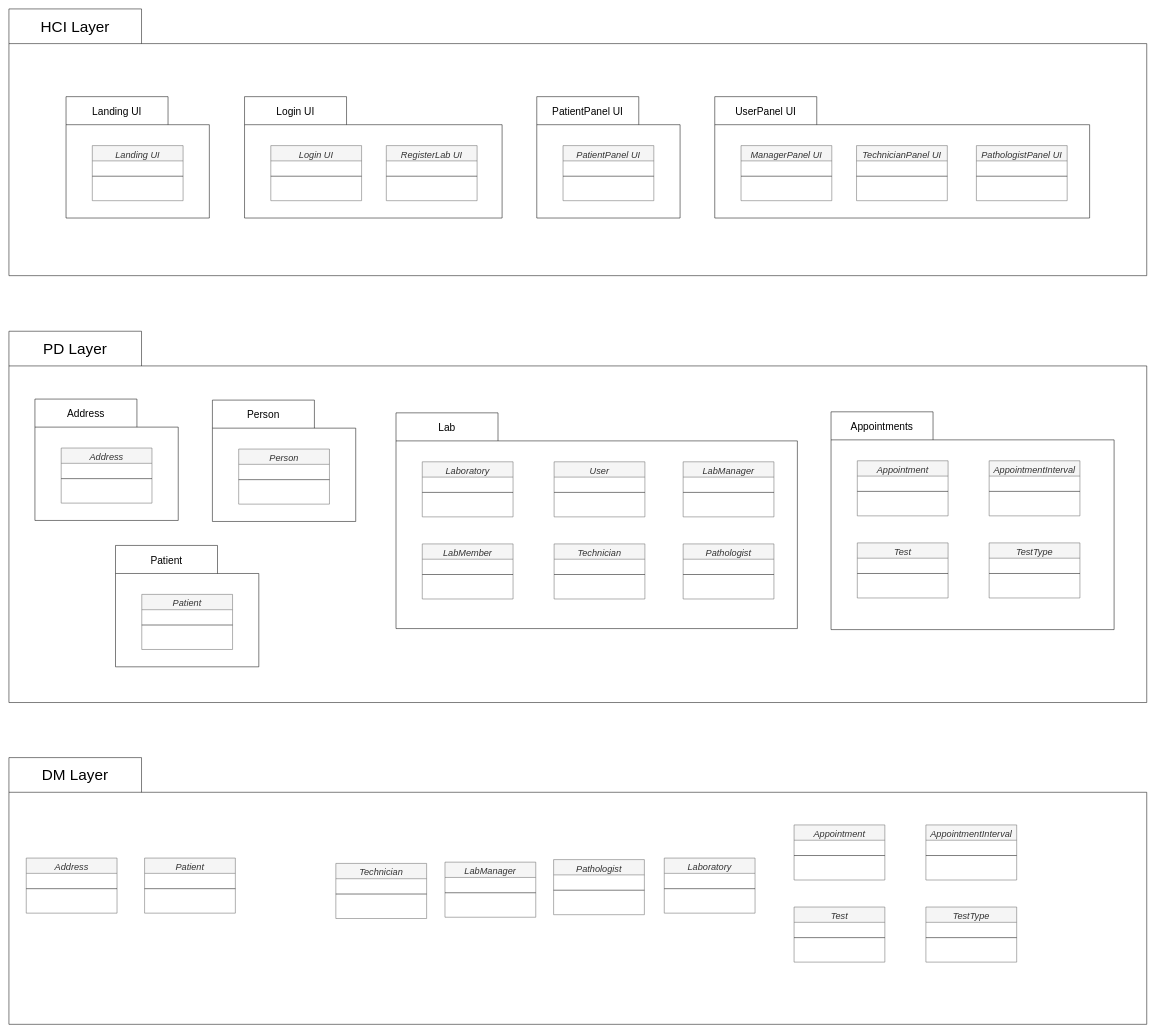
Above: PackageDiagram.drawio in ArashSameni/SoftwareEngineering (draw.io), before the change. Source tidied: cells renumbered, new cells numbered last; positions are measured from the earlier drawing's top-left corner, leaving out a move shared by most shapes. Both pictures are drawn from the tidied source at 51%, with x=0, y=0 at pixel (9, 9).
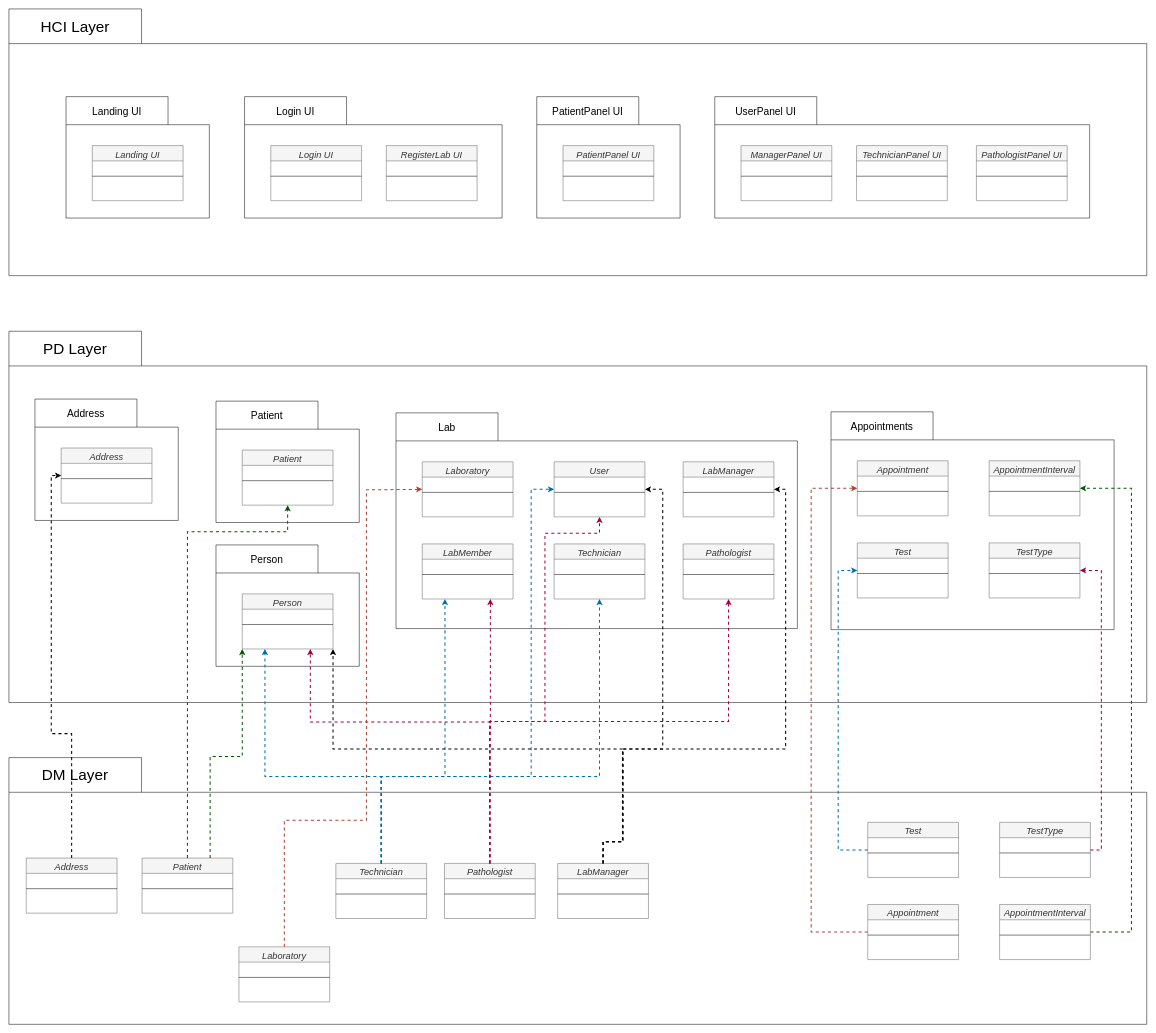
After the change.

The change refers to these unchanged cells:
```xml
<mxCell id="21" value="&lt;font style=&quot;font-size: 30px; font-weight: normal;&quot;&gt;PD Layer&lt;/font&gt;" style="shape=folder;fontStyle=1;tabWidth=260;tabHeight=68;tabPosition=left;html=1;boundedLbl=1;labelInHeader=1;whiteSpace=wrap;" parent="1" vertex="1">
  <mxGeometry y="632" width="2231" height="728" as="geometry" />
</mxCell>
<mxCell id="23" value="Patient" style="swimlane;fontStyle=2;align=center;verticalAlign=top;horizontal=1;startSize=30;rounded=0;shadow=0;strokeWidth=1;fillColor=#f5f5f5;fontColor=#333333;strokeColor=#666666;fontSize=18;" parent="22" vertex="1">
  <mxGeometry x="51.5" y="96" width="178" height="108" as="geometry" />
</mxCell>
<mxCell id="26" value="Address" style="swimlane;fontStyle=2;align=center;verticalAlign=top;horizontal=1;startSize=30;rounded=0;shadow=0;strokeWidth=1;fillColor=#f5f5f5;fontColor=#333333;strokeColor=#666666;fontSize=18;" parent="25" vertex="1">
  <mxGeometry x="51.5" y="96" width="178" height="108" as="geometry" />
</mxCell>
<mxCell id="29" value="Appointment" style="swimlane;fontStyle=2;align=center;verticalAlign=top;horizontal=1;startSize=30;rounded=0;shadow=0;strokeWidth=1;fillColor=#f5f5f5;fontColor=#333333;strokeColor=#666666;fontSize=18;" parent="28" vertex="1">
  <mxGeometry x="51.5" y="96" width="178" height="108" as="geometry" />
</mxCell>
<mxCell id="31" value="AppointmentInterval" style="swimlane;fontStyle=2;align=center;verticalAlign=top;horizontal=1;startSize=30;rounded=0;shadow=0;strokeWidth=1;fillColor=#f5f5f5;fontColor=#333333;strokeColor=#666666;fontSize=18;" parent="28" vertex="1">
  <mxGeometry x="310" y="96" width="178" height="108" as="geometry" />
</mxCell>
<mxCell id="33" value="Test" style="swimlane;fontStyle=2;align=center;verticalAlign=top;horizontal=1;startSize=30;rounded=0;shadow=0;strokeWidth=1;fillColor=#f5f5f5;fontColor=#333333;strokeColor=#666666;fontSize=18;" parent="28" vertex="1">
  <mxGeometry x="51.5" y="257" width="178" height="108" as="geometry" />
</mxCell>
<mxCell id="35" value="TestType" style="swimlane;fontStyle=2;align=center;verticalAlign=top;horizontal=1;startSize=30;rounded=0;shadow=0;strokeWidth=1;fillColor=#f5f5f5;fontColor=#333333;strokeColor=#666666;fontSize=18;" parent="28" vertex="1">
  <mxGeometry x="310" y="257" width="178" height="108" as="geometry" />
</mxCell>
<mxCell id="38" value="Person" style="swimlane;fontStyle=2;align=center;verticalAlign=top;horizontal=1;startSize=30;rounded=0;shadow=0;strokeWidth=1;fillColor=#f5f5f5;fontColor=#333333;strokeColor=#666666;fontSize=18;" parent="37" vertex="1">
  <mxGeometry x="51.5" y="96" width="178" height="108" as="geometry" />
</mxCell>
<mxCell id="41" value="Laboratory" style="swimlane;fontStyle=2;align=center;verticalAlign=top;horizontal=1;startSize=30;rounded=0;shadow=0;strokeWidth=1;fillColor=#f5f5f5;fontColor=#333333;strokeColor=#666666;fontSize=18;" parent="40" vertex="1">
  <mxGeometry x="51.5" y="96" width="178" height="108" as="geometry" />
</mxCell>
<mxCell id="43" value="User" style="swimlane;fontStyle=2;align=center;verticalAlign=top;horizontal=1;startSize=30;rounded=0;shadow=0;strokeWidth=1;fillColor=#f5f5f5;fontColor=#333333;strokeColor=#666666;fontSize=18;" parent="40" vertex="1">
  <mxGeometry x="310" y="96" width="178" height="108" as="geometry" />
</mxCell>
<mxCell id="45" value="LabMember" style="swimlane;fontStyle=2;align=center;verticalAlign=top;horizontal=1;startSize=30;rounded=0;shadow=0;strokeWidth=1;fillColor=#f5f5f5;fontColor=#333333;strokeColor=#666666;fontSize=18;" parent="40" vertex="1">
  <mxGeometry x="51.5" y="257" width="178" height="108" as="geometry" />
</mxCell>
<mxCell id="47" value="Technician" style="swimlane;fontStyle=2;align=center;verticalAlign=top;horizontal=1;startSize=30;rounded=0;shadow=0;strokeWidth=1;fillColor=#f5f5f5;fontColor=#333333;strokeColor=#666666;fontSize=18;" parent="40" vertex="1">
  <mxGeometry x="310" y="257" width="178" height="108" as="geometry" />
</mxCell>
<mxCell id="49" value="LabManager" style="swimlane;fontStyle=2;align=center;verticalAlign=top;horizontal=1;startSize=30;rounded=0;shadow=0;strokeWidth=1;fillColor=#f5f5f5;fontColor=#333333;strokeColor=#666666;fontSize=18;" parent="40" vertex="1">
  <mxGeometry x="563" y="96" width="178" height="108" as="geometry" />
</mxCell>
<mxCell id="51" value="Pathologist" style="swimlane;fontStyle=2;align=center;verticalAlign=top;horizontal=1;startSize=30;rounded=0;shadow=0;strokeWidth=1;fillColor=#f5f5f5;fontColor=#333333;strokeColor=#666666;fontSize=18;" parent="40" vertex="1">
  <mxGeometry x="563" y="257" width="178" height="108" as="geometry" />
</mxCell>
<mxCell id="53" value="&lt;font style=&quot;font-size: 30px; font-weight: normal;&quot;&gt;DM Layer&lt;/font&gt;" style="shape=folder;fontStyle=1;tabWidth=260;tabHeight=68;tabPosition=left;html=1;boundedLbl=1;labelInHeader=1;whiteSpace=wrap;" parent="1" vertex="1">
  <mxGeometry y="1468" width="2231" height="523" as="geometry" />
</mxCell>
<mxCell id="64" value="Technician" style="swimlane;fontStyle=2;align=center;verticalAlign=top;horizontal=1;startSize=30;rounded=0;shadow=0;strokeWidth=1;fillColor=#f5f5f5;fontColor=#333333;strokeColor=#666666;fontSize=18;" parent="53" vertex="1">
  <mxGeometry x="641" y="207.5" width="178" height="108" as="geometry" />
</mxCell>
<mxCell id="72" value="Address" style="swimlane;fontStyle=2;align=center;verticalAlign=top;horizontal=1;startSize=30;rounded=0;shadow=0;strokeWidth=1;fillColor=#f5f5f5;fontColor=#333333;strokeColor=#666666;fontSize=18;" parent="53" vertex="1">
  <mxGeometry x="34" y="197" width="178" height="108" as="geometry" />
</mxCell>
```

Change to the diagram source:
```diff
@@
     <mxCell id="22" value="&lt;font style=&quot;font-size: 20px; font-weight: normal;&quot;&gt;Patient&lt;/font&gt;" style="shape=folder;fontStyle=1;tabWidth=200;tabHeight=55;tabPosition=left;html=1;boundedLbl=1;labelInHeader=1;whiteSpace=wrap;" parent="21" vertex="1">
-      <mxGeometry x="209" y="420" width="281" height="238" as="geometry" />
+      <mxGeometry x="406" y="137" width="281" height="238" as="geometry" />
     </mxCell>
@@
     <mxCell id="37" value="&lt;font style=&quot;font-size: 20px; font-weight: normal;&quot;&gt;Person&lt;/font&gt;" style="shape=folder;fontStyle=1;tabWidth=200;tabHeight=55;tabPosition=left;html=1;boundedLbl=1;labelInHeader=1;whiteSpace=wrap;" parent="21" vertex="1">
-      <mxGeometry x="399" y="135" width="281" height="238" as="geometry" />
+      <mxGeometry x="406" y="419" width="281" height="238" as="geometry" />
     </mxCell>
@@
-    <mxCell id="54" value="Appointment" style="swimlane;fontStyle=2;align=center;verticalAlign=top;horizontal=1;startSize=30;rounded=0;shadow=0;strokeWidth=1;fillColor=#f5f5f5;fontColor=#333333;strokeColor=#666666;fontSize=18;" parent="53" vertex="1">
-      <mxGeometry x="1539.5" y="132" width="178" height="108" as="geometry" />
+    <mxCell id="54" value="Test" style="swimlane;fontStyle=2;align=center;verticalAlign=top;horizontal=1;startSize=30;rounded=0;shadow=0;strokeWidth=1;fillColor=#f5f5f5;fontColor=#333333;strokeColor=#666666;fontSize=18;" parent="53" vertex="1">
+      <mxGeometry x="1684" y="127" width="178" height="108" as="geometry" />
     </mxCell>
@@
-    <mxCell id="56" value="AppointmentInterval" style="swimlane;fontStyle=2;align=center;verticalAlign=top;horizontal=1;startSize=30;rounded=0;shadow=0;strokeWidth=1;fillColor=#f5f5f5;fontColor=#333333;strokeColor=#666666;fontSize=18;" parent="53" vertex="1">
-      <mxGeometry x="1798" y="132" width="178" height="108" as="geometry" />
+    <mxCell id="56" value="TestType" style="swimlane;fontStyle=2;align=center;verticalAlign=top;horizontal=1;startSize=30;rounded=0;shadow=0;strokeWidth=1;fillColor=#f5f5f5;fontColor=#333333;strokeColor=#666666;fontSize=18;" parent="53" vertex="1">
+      <mxGeometry x="1942.5" y="127" width="178" height="108" as="geometry" />
     </mxCell>
@@
-    <mxCell id="58" value="Test" style="swimlane;fontStyle=2;align=center;verticalAlign=top;horizontal=1;startSize=30;rounded=0;shadow=0;strokeWidth=1;fillColor=#f5f5f5;fontColor=#333333;strokeColor=#666666;fontSize=18;" parent="53" vertex="1">
-      <mxGeometry x="1539.5" y="293" width="178" height="108" as="geometry" />
+    <mxCell id="58" value="Appointment" style="swimlane;fontStyle=2;align=center;verticalAlign=top;horizontal=1;startSize=30;rounded=0;shadow=0;strokeWidth=1;fillColor=#f5f5f5;fontColor=#333333;strokeColor=#666666;fontSize=18;" parent="53" vertex="1">
+      <mxGeometry x="1684" y="288" width="178" height="108" as="geometry" />
     </mxCell>
@@
-    <mxCell id="60" value="TestType" style="swimlane;fontStyle=2;align=center;verticalAlign=top;horizontal=1;startSize=30;rounded=0;shadow=0;strokeWidth=1;fillColor=#f5f5f5;fontColor=#333333;strokeColor=#666666;fontSize=18;" parent="53" vertex="1">
-      <mxGeometry x="1798" y="293" width="178" height="108" as="geometry" />
+    <mxCell id="60" value="AppointmentInterval" style="swimlane;fontStyle=2;align=center;verticalAlign=top;horizontal=1;startSize=30;rounded=0;shadow=0;strokeWidth=1;fillColor=#f5f5f5;fontColor=#333333;strokeColor=#666666;fontSize=18;" parent="53" vertex="1">
+      <mxGeometry x="1942.5" y="288" width="178" height="108" as="geometry" />
     </mxCell>
@@
     <mxCell id="62" value="Laboratory" style="swimlane;fontStyle=2;align=center;verticalAlign=top;horizontal=1;startSize=30;rounded=0;shadow=0;strokeWidth=1;fillColor=#f5f5f5;fontColor=#333333;strokeColor=#666666;fontSize=18;" parent="53" vertex="1">
-      <mxGeometry x="1285" y="197" width="178" height="108" as="geometry" />
+      <mxGeometry x="451" y="371" width="178" height="108" as="geometry" />
     </mxCell>
@@
     <mxCell id="66" value="LabManager" style="swimlane;fontStyle=2;align=center;verticalAlign=top;horizontal=1;startSize=30;rounded=0;shadow=0;strokeWidth=1;fillColor=#f5f5f5;fontColor=#333333;strokeColor=#666666;fontSize=18;" parent="53" vertex="1">
-      <mxGeometry x="855" y="205" width="178" height="108" as="geometry" />
+      <mxGeometry x="1076" y="207.5" width="178" height="108" as="geometry" />
     </mxCell>
@@
     <mxCell id="68" value="Pathologist" style="swimlane;fontStyle=2;align=center;verticalAlign=top;horizontal=1;startSize=30;rounded=0;shadow=0;strokeWidth=1;fillColor=#f5f5f5;fontColor=#333333;strokeColor=#666666;fontSize=18;" parent="53" vertex="1">
-      <mxGeometry x="1068" y="200" width="178" height="108" as="geometry" />
+      <mxGeometry x="854" y="207.5" width="178" height="108" as="geometry" />
     </mxCell>
@@
     <mxCell id="70" value="Patient" style="swimlane;fontStyle=2;align=center;verticalAlign=top;horizontal=1;startSize=30;rounded=0;shadow=0;strokeWidth=1;fillColor=#f5f5f5;fontColor=#333333;strokeColor=#666666;fontSize=18;" parent="53" vertex="1">
-      <mxGeometry x="266" y="197" width="178" height="108" as="geometry" />
+      <mxGeometry x="261" y="197" width="178" height="108" as="geometry" />
     </mxCell>
@@
+    <mxCell id="74" style="edgeStyle=orthogonalEdgeStyle;rounded=0;jettySize=auto;html=1;exitX=0.5;exitY=0;exitDx=0;exitDy=0;entryX=0;entryY=0.5;entryDx=0;entryDy=0;dashed=1;strokeWidth=2;" parent="1" edge="1" source="72" target="26">
+      <mxGeometry relative="1" as="geometry">
+        <Array as="points">
+          <mxPoint x="123" y="1421" />
+          <mxPoint x="83" y="1421" />
+          <mxPoint x="83" y="915" />
+        </Array>
+      </mxGeometry>
+    </mxCell>
+    <mxCell id="75" style="edgeStyle=orthogonalEdgeStyle;rounded=0;jettySize=auto;html=1;exitX=0.5;exitY=0;exitDx=0;exitDy=0;entryX=0.5;entryY=1;entryDx=0;entryDy=0;dashed=1;strokeWidth=2;fillColor=#008a00;strokeColor=#005700;" parent="1" edge="1" source="70" target="23">
+      <mxGeometry relative="1" as="geometry">
+        <Array as="points">
+          <mxPoint x="350" y="1025" />
+          <mxPoint x="547" y="1025" />
+        </Array>
+      </mxGeometry>
+    </mxCell>
+    <mxCell id="76" style="edgeStyle=orthogonalEdgeStyle;rounded=0;jettySize=auto;html=1;exitX=0.75;exitY=0;exitDx=0;exitDy=0;entryX=0;entryY=1;entryDx=0;entryDy=0;dashed=1;strokeWidth=2;fillColor=#008a00;strokeColor=#005700;" parent="1" edge="1" source="70" target="38">
+      <mxGeometry relative="1" as="geometry">
+        <Array as="points">
+          <mxPoint x="395" y="1466" />
+          <mxPoint x="458" y="1466" />
+        </Array>
+      </mxGeometry>
+    </mxCell>
+    <mxCell id="77" style="edgeStyle=orthogonalEdgeStyle;rounded=0;jettySize=auto;html=1;exitX=0.5;exitY=0;exitDx=0;exitDy=0;dashed=1;strokeWidth=2;entryX=0.25;entryY=1;entryDx=0;entryDy=0;fillColor=#1ba1e2;strokeColor=#006EAF;" parent="1" edge="1" source="64" target="38">
+      <mxGeometry relative="1" as="geometry">
+        <Array as="points">
+          <mxPoint x="730" y="1505" />
+          <mxPoint x="502" y="1505" />
+        </Array>
+      </mxGeometry>
+    </mxCell>
+    <mxCell id="78" style="edgeStyle=orthogonalEdgeStyle;rounded=0;jettySize=auto;html=1;exitX=0.5;exitY=0;exitDx=0;exitDy=0;dashed=1;strokeWidth=2;entryX=0.5;entryY=1;entryDx=0;entryDy=0;fillColor=#1ba1e2;strokeColor=#006EAF;" parent="1" edge="1" source="64" target="47">
+      <mxGeometry relative="1" as="geometry">
+        <Array as="points">
+          <mxPoint x="730" y="1505" />
+          <mxPoint x="1158" y="1505" />
+        </Array>
+      </mxGeometry>
+    </mxCell>
+    <mxCell id="79" style="edgeStyle=orthogonalEdgeStyle;rounded=0;jettySize=auto;html=1;exitX=0.5;exitY=0;exitDx=0;exitDy=0;dashed=1;strokeWidth=2;entryX=0;entryY=0.5;entryDx=0;entryDy=0;fillColor=#1ba1e2;strokeColor=#006EAF;" parent="1" edge="1" source="64" target="43">
+      <mxGeometry relative="1" as="geometry">
+        <Array as="points">
+          <mxPoint x="730" y="1505" />
+          <mxPoint x="1024" y="1505" />
+          <mxPoint x="1024" y="942" />
+        </Array>
+      </mxGeometry>
+    </mxCell>
+    <mxCell id="80" style="edgeStyle=orthogonalEdgeStyle;rounded=0;jettySize=auto;html=1;exitX=0.5;exitY=0;exitDx=0;exitDy=0;dashed=1;strokeWidth=2;entryX=0.25;entryY=1;entryDx=0;entryDy=0;fillColor=#1ba1e2;strokeColor=#006EAF;" parent="1" edge="1" source="64" target="45">
+      <mxGeometry relative="1" as="geometry">
+        <Array as="points">
+          <mxPoint x="730" y="1505" />
+          <mxPoint x="855" y="1505" />
+        </Array>
+      </mxGeometry>
+    </mxCell>
+    <mxCell id="81" style="edgeStyle=orthogonalEdgeStyle;rounded=0;jettySize=auto;html=1;exitX=0.5;exitY=0;exitDx=0;exitDy=0;dashed=1;strokeWidth=2;entryX=0.75;entryY=1;entryDx=0;entryDy=0;fillColor=#d80073;strokeColor=#A50040;" parent="1" edge="1" source="68" target="38">
+      <mxGeometry relative="1" as="geometry">
+        <Array as="points">
+          <mxPoint x="943" y="1398" />
+          <mxPoint x="591" y="1398" />
+        </Array>
+      </mxGeometry>
+    </mxCell>
+    <mxCell id="82" style="edgeStyle=orthogonalEdgeStyle;rounded=0;jettySize=auto;html=1;dashed=1;strokeWidth=2;entryX=0.5;entryY=1;entryDx=0;entryDy=0;fillColor=#d80073;strokeColor=#A50040;exitX=0.5;exitY=0;exitDx=0;exitDy=0;" parent="1" edge="1" source="68" target="51">
+      <mxGeometry relative="1" as="geometry">
+        <Array as="points">
+          <mxPoint x="943" y="1397" />
+          <mxPoint x="1411" y="1397" />
+        </Array>
+      </mxGeometry>
+    </mxCell>
+    <mxCell id="83" style="edgeStyle=orthogonalEdgeStyle;rounded=0;jettySize=auto;html=1;dashed=1;strokeWidth=2;entryX=0.5;entryY=1;entryDx=0;entryDy=0;fillColor=#d80073;strokeColor=#A50040;exitX=0.5;exitY=0;exitDx=0;exitDy=0;" parent="1" edge="1" source="68" target="43">
+      <mxGeometry relative="1" as="geometry">
+        <Array as="points">
+          <mxPoint x="943" y="1397" />
+          <mxPoint x="1051" y="1397" />
+          <mxPoint x="1051" y="1028" />
+          <mxPoint x="1158" y="1028" />
+        </Array>
+      </mxGeometry>
+    </mxCell>
+    <mxCell id="84" style="edgeStyle=orthogonalEdgeStyle;rounded=0;jettySize=auto;html=1;exitX=0.5;exitY=0;exitDx=0;exitDy=0;dashed=1;strokeWidth=2;entryX=0.75;entryY=1;entryDx=0;entryDy=0;fillColor=#d80073;strokeColor=#A50040;" parent="1" edge="1" source="68" target="45">
+      <mxGeometry relative="1" as="geometry">
+        <Array as="points">
+          <mxPoint x="943" y="1410" />
+          <mxPoint x="944" y="1157" />
+        </Array>
+      </mxGeometry>
+    </mxCell>
+    <mxCell id="85" style="edgeStyle=orthogonalEdgeStyle;rounded=0;jettySize=auto;html=1;exitX=0.5;exitY=0;exitDx=0;exitDy=0;dashed=1;strokeWidth=2;entryX=1;entryY=1;entryDx=0;entryDy=0;" parent="1" edge="1" source="66" target="38">
+      <mxGeometry relative="1" as="geometry">
+        <Array as="points">
+          <mxPoint x="1165" y="1633" />
+          <mxPoint x="1204" y="1633" />
+          <mxPoint x="1204" y="1451" />
+          <mxPoint x="636" y="1451" />
+        </Array>
+      </mxGeometry>
+    </mxCell>
+    <mxCell id="86" style="edgeStyle=orthogonalEdgeStyle;rounded=0;jettySize=auto;html=1;exitX=0.5;exitY=0;exitDx=0;exitDy=0;dashed=1;strokeWidth=2;entryX=1;entryY=0.5;entryDx=0;entryDy=0;" parent="1" edge="1" source="66" target="49">
+      <mxGeometry relative="1" as="geometry">
+        <Array as="points">
+          <mxPoint x="1165" y="1633" />
+          <mxPoint x="1204" y="1633" />
+          <mxPoint x="1204" y="1451" />
+          <mxPoint x="1523" y="1451" />
+          <mxPoint x="1523" y="942" />
+        </Array>
+      </mxGeometry>
+    </mxCell>
+    <mxCell id="87" style="edgeStyle=orthogonalEdgeStyle;rounded=0;jettySize=auto;html=1;exitX=0.5;exitY=0;exitDx=0;exitDy=0;dashed=1;strokeWidth=2;entryX=1;entryY=0.5;entryDx=0;entryDy=0;" parent="1" edge="1" source="66" target="43">
+      <mxGeometry relative="1" as="geometry">
+        <Array as="points">
+          <mxPoint x="1165" y="1633" />
+          <mxPoint x="1203" y="1633" />
+          <mxPoint x="1203" y="1451" />
+          <mxPoint x="1282" y="1451" />
+          <mxPoint x="1282" y="942" />
+        </Array>
+      </mxGeometry>
+    </mxCell>
+    <mxCell id="88" style="edgeStyle=orthogonalEdgeStyle;rounded=0;jettySize=auto;html=1;exitX=0.5;exitY=0;exitDx=0;exitDy=0;dashed=1;strokeWidth=2;entryX=0;entryY=0.5;entryDx=0;entryDy=0;fillColor=#fad9d5;strokeColor=#ae4132;" parent="1" edge="1" source="62" target="41">
+      <mxGeometry relative="1" as="geometry">
+        <Array as="points">
+          <mxPoint x="540" y="1591" />
+          <mxPoint x="701" y="1591" />
+          <mxPoint x="701" y="943" />
+          <mxPoint x="811" y="943" />
+        </Array>
+      </mxGeometry>
+    </mxCell>
+    <mxCell id="89" style="edgeStyle=orthogonalEdgeStyle;rounded=0;jettySize=auto;html=1;exitX=0;exitY=0.5;exitDx=0;exitDy=0;dashed=1;strokeWidth=2;entryX=0;entryY=0.5;entryDx=0;entryDy=0;fillColor=#fad9d5;strokeColor=#ae4132;" parent="1" edge="1" source="58" target="29">
+      <mxGeometry relative="1" as="geometry">
+        <Array as="points">
+          <mxPoint x="1573" y="1810" />
+          <mxPoint x="1573" y="940" />
+        </Array>
+      </mxGeometry>
+    </mxCell>
+    <mxCell id="90" style="edgeStyle=orthogonalEdgeStyle;rounded=0;jettySize=auto;html=1;exitX=0;exitY=0.5;exitDx=0;exitDy=0;dashed=1;strokeWidth=2;entryX=0;entryY=0.5;entryDx=0;entryDy=0;fillColor=#1ba1e2;strokeColor=#006EAF;" parent="1" edge="1" source="54" target="33">
+      <mxGeometry relative="1" as="geometry">
+        <Array as="points">
+          <mxPoint x="1626" y="1649" />
+          <mxPoint x="1626" y="1101" />
+        </Array>
+      </mxGeometry>
+    </mxCell>
+    <mxCell id="91" style="edgeStyle=orthogonalEdgeStyle;rounded=0;jettySize=auto;html=1;dashed=1;strokeWidth=2;entryX=1;entryY=0.5;entryDx=0;entryDy=0;fillColor=#d80073;strokeColor=#A50040;exitX=1;exitY=0.5;exitDx=0;exitDy=0;" parent="1" edge="1" source="56" target="35">
+      <mxGeometry relative="1" as="geometry">
+        <Array as="points">
+          <mxPoint x="2142" y="1649" />
+          <mxPoint x="2142" y="1101" />
+        </Array>
+      </mxGeometry>
+    </mxCell>
+    <mxCell id="92" style="edgeStyle=orthogonalEdgeStyle;rounded=0;jettySize=auto;html=1;exitX=1;exitY=0.5;exitDx=0;exitDy=0;entryX=1;entryY=0.5;entryDx=0;entryDy=0;dashed=1;strokeWidth=2;fillColor=#008a00;strokeColor=#005700;" parent="1" edge="1" source="60" target="31">
+      <mxGeometry relative="1" as="geometry">
+        <Array as="points">
+          <mxPoint x="2201" y="1810" />
+          <mxPoint x="2201" y="940" />
+        </Array>
+      </mxGeometry>
+    </mxCell>
```
